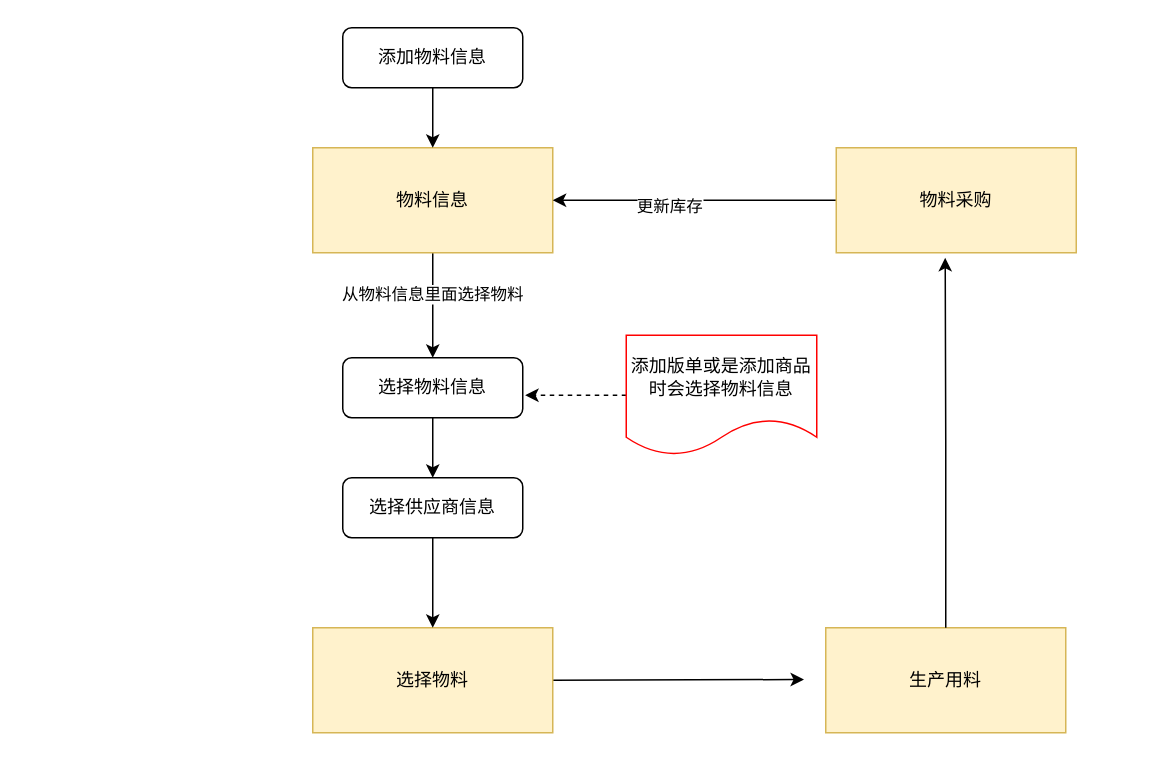
Above: 物料管理.drawio in pbm0802/GitIDEATest (draw.io), before the change. Source tidied: cells renumbered, new cells numbered last; positions are measured from the earlier drawing's top-left corner, leaving out a move shared by most shapes. Both pictures are drawn from the tidied source at 150%, with x=0, y=0 at pixel (312, 27).
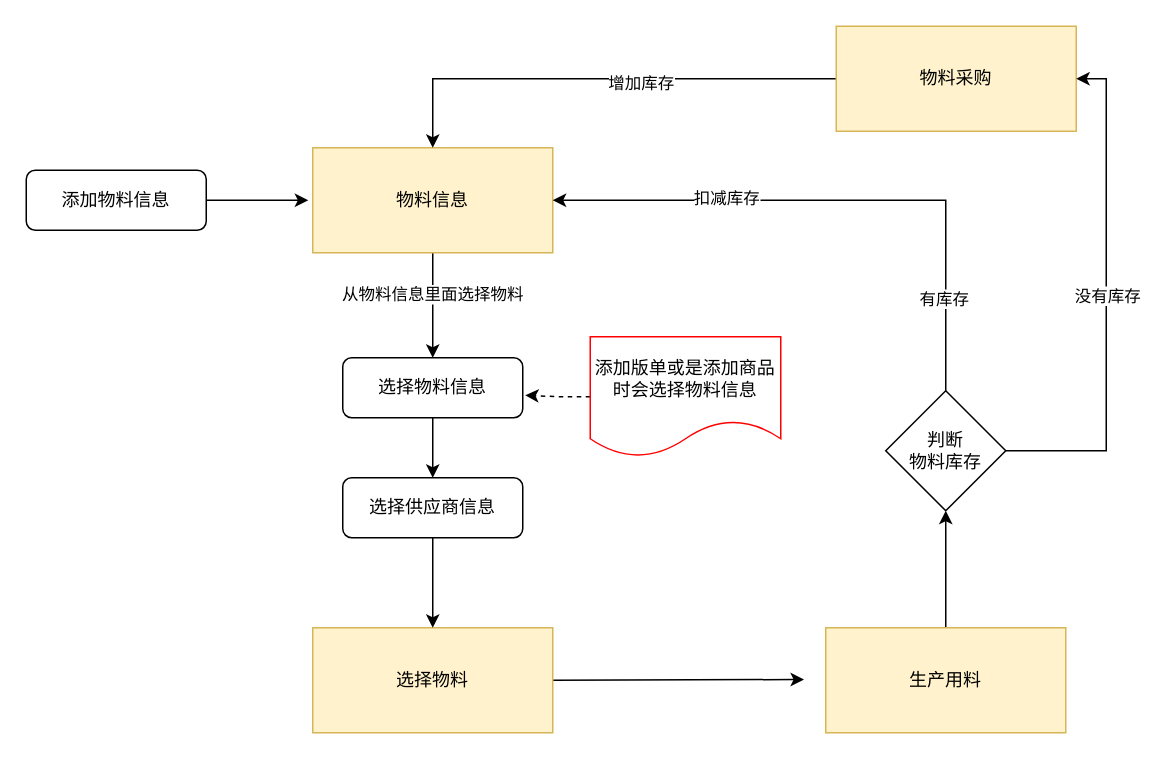
Above is the later version.

Commit message:
更新物料管理.drawio

Unchanged cells that the change refers to:
```xml
<mxCell id="4" value="物料信息" style="rounded=0;whiteSpace=wrap;html=1;fillColor=#fff2cc;strokeColor=#d6b656;" parent="1" vertex="1">
  <mxGeometry y="80" width="160" height="70" as="geometry" />
</mxCell>
<mxCell id="9" value="生产用料" style="rounded=0;whiteSpace=wrap;html=1;fillColor=#fff2cc;strokeColor=#d6b656;" parent="1" vertex="1">
  <mxGeometry x="342" y="400" width="160" height="70" as="geometry" />
</mxCell>
```

What changed in the source:
```diff
@@
-    <mxCell id="5" style="edgeStyle=orthogonalEdgeStyle;rounded=0;jettySize=auto;html=1;exitX=0.5;exitY=1;exitDx=0;exitDy=0;entryX=0.5;entryY=0;entryDx=0;entryDy=0;" parent="1" edge="1" source="6" target="4">
-      <mxGeometry relative="1" as="geometry" />
-    </mxCell>
+    <mxCell id="20" style="edgeStyle=orthogonalEdgeStyle;rounded=0;jettySize=auto;html=1;exitX=1;exitY=0.5;exitDx=0;exitDy=0;" parent="1" edge="1" source="6">
+      <mxGeometry relative="1" as="geometry">
+        <mxPoint x="-3" y="115" as="targetPoint" />
+      </mxGeometry>
+    </mxCell>
     <mxCell id="6" value="添加物料信息" style="rounded=1;whiteSpace=wrap;html=1;fontSize=12;glass=0;strokeWidth=1;shadow=0;" parent="1" vertex="1">
-      <mxGeometry x="20" width="120" height="40" as="geometry" />
+      <mxGeometry x="-191" y="95" width="120" height="40" as="geometry" />
     </mxCell>
@@
+    <mxCell id="21" style="edgeStyle=orthogonalEdgeStyle;rounded=0;jettySize=auto;html=1;exitX=0.5;exitY=0;exitDx=0;exitDy=0;entryX=0.5;entryY=1;entryDx=0;entryDy=0;" parent="1" edge="1" source="9" target="28">
+      <mxGeometry relative="1" as="geometry" />
+    </mxCell>
@@
     <mxCell id="15" value="添加版单或是添加商品时会选择物料信息" style="shape=document;whiteSpace=wrap;html=1;boundedLbl=1;strokeColor=#FF0000;" parent="1" vertex="1">
-      <mxGeometry x="209" y="205" width="127" height="80" as="geometry" />
+      <mxGeometry x="185" y="206" width="127" height="80" as="geometry" />
     </mxCell>
-    <mxCell id="16" style="edgeStyle=orthogonalEdgeStyle;rounded=0;jettySize=auto;html=1;exitX=0;exitY=0.5;exitDx=0;exitDy=0;entryX=1;entryY=0.5;entryDx=0;entryDy=0;" parent="1" edge="1" source="18" target="4">
+    <mxCell id="16" style="edgeStyle=orthogonalEdgeStyle;rounded=0;jettySize=auto;html=1;exitX=0;exitY=0.5;exitDx=0;exitDy=0;" parent="1" edge="1" source="18" target="4">
       <mxGeometry relative="1" as="geometry" />
     </mxCell>
-    <mxCell id="17" value="更新库存" style="edgeLabel;html=1;align=center;verticalAlign=middle;" parent="16" vertex="1">
-      <mxGeometry x="0.19" y="3" relative="1" as="geometry" />
-    </mxCell>
+    <mxCell id="22" value="增加库存" style="edgeLabel;html=1;align=center;verticalAlign=middle;" parent="16" vertex="1">
+      <mxGeometry x="-0.17" y="2" relative="1" as="geometry" />
+    </mxCell>
     <mxCell id="18" value="物料采购" style="rounded=0;whiteSpace=wrap;html=1;fillColor=#fff2cc;strokeColor=#d6b656;" parent="1" vertex="1">
-      <mxGeometry x="349" y="80" width="160" height="70" as="geometry" />
+      <mxGeometry x="349" y="-1" width="160" height="70" as="geometry" />
     </mxCell>
-    <mxCell id="19" style="edgeStyle=orthogonalEdgeStyle;rounded=0;jettySize=auto;html=1;exitX=0.5;exitY=0;exitDx=0;exitDy=0;entryX=0.454;entryY=1.048;entryDx=0;entryDy=0;entryPerimeter=0;" parent="1" edge="1" source="9" target="18">
-      <mxGeometry relative="1" as="geometry" />
-    </mxCell>
+    <mxCell id="23" style="edgeStyle=orthogonalEdgeStyle;rounded=0;jettySize=auto;html=1;exitX=1;exitY=0.5;exitDx=0;exitDy=0;entryX=1;entryY=0.5;entryDx=0;entryDy=0;" parent="1" edge="1" source="28" target="18">
+      <mxGeometry relative="1" as="geometry" />
+    </mxCell>
+    <mxCell id="24" value="没有库存" style="edgeLabel;html=1;align=center;verticalAlign=middle;" parent="23" vertex="1">
+      <mxGeometry x="0.06" relative="1" as="geometry">
+        <mxPoint y="7" as="offset" />
+      </mxGeometry>
+    </mxCell>
+    <mxCell id="25" style="edgeStyle=orthogonalEdgeStyle;rounded=0;jettySize=auto;html=1;exitX=0.5;exitY=0;exitDx=0;exitDy=0;entryX=1;entryY=0.5;entryDx=0;entryDy=0;" parent="1" edge="1" source="28" target="4">
+      <mxGeometry relative="1" as="geometry" />
+    </mxCell>
+    <mxCell id="26" value="有库存" style="edgeLabel;html=1;align=center;verticalAlign=middle;" parent="25" vertex="1">
+      <mxGeometry x="-0.68" y="2" relative="1" as="geometry" />
+    </mxCell>
+    <mxCell id="27" value="扣减库存" style="edgeLabel;html=1;align=center;verticalAlign=middle;" parent="25" vertex="1">
+      <mxGeometry x="0.41" y="3" relative="1" as="geometry">
+        <mxPoint y="-5" as="offset" />
+      </mxGeometry>
+    </mxCell>
+    <mxCell id="28" value="判断&lt;br&gt;物料库存" style="rhombus;whiteSpace=wrap;html=1;" parent="1" vertex="1">
+      <mxGeometry x="382" y="242" width="80" height="80" as="geometry" />
+    </mxCell>
```
